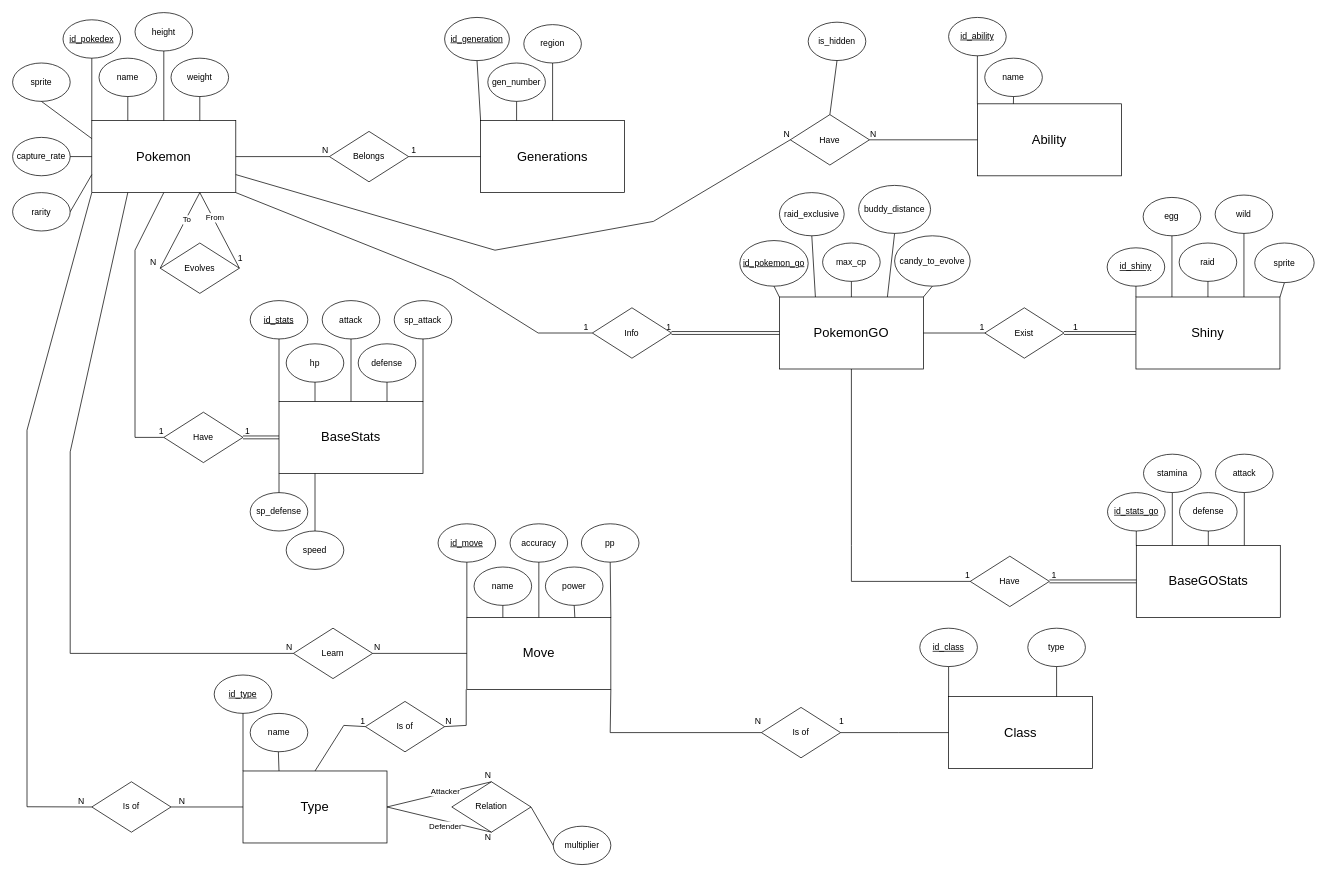
The draw.io diagram docs/Modelo-Entidade-Relacionamento.drawio in ArMiPi/Trabalho-Banco-de-Dados, before the edit. Source tidied: cells renumbered, new cells numbered last; positions are measured from the earlier drawing's top-left corner, leaving out a move shared by most shapes. Both pictures are drawn from the tidied source at 72%, with x=0, y=0 at pixel (12, 12).
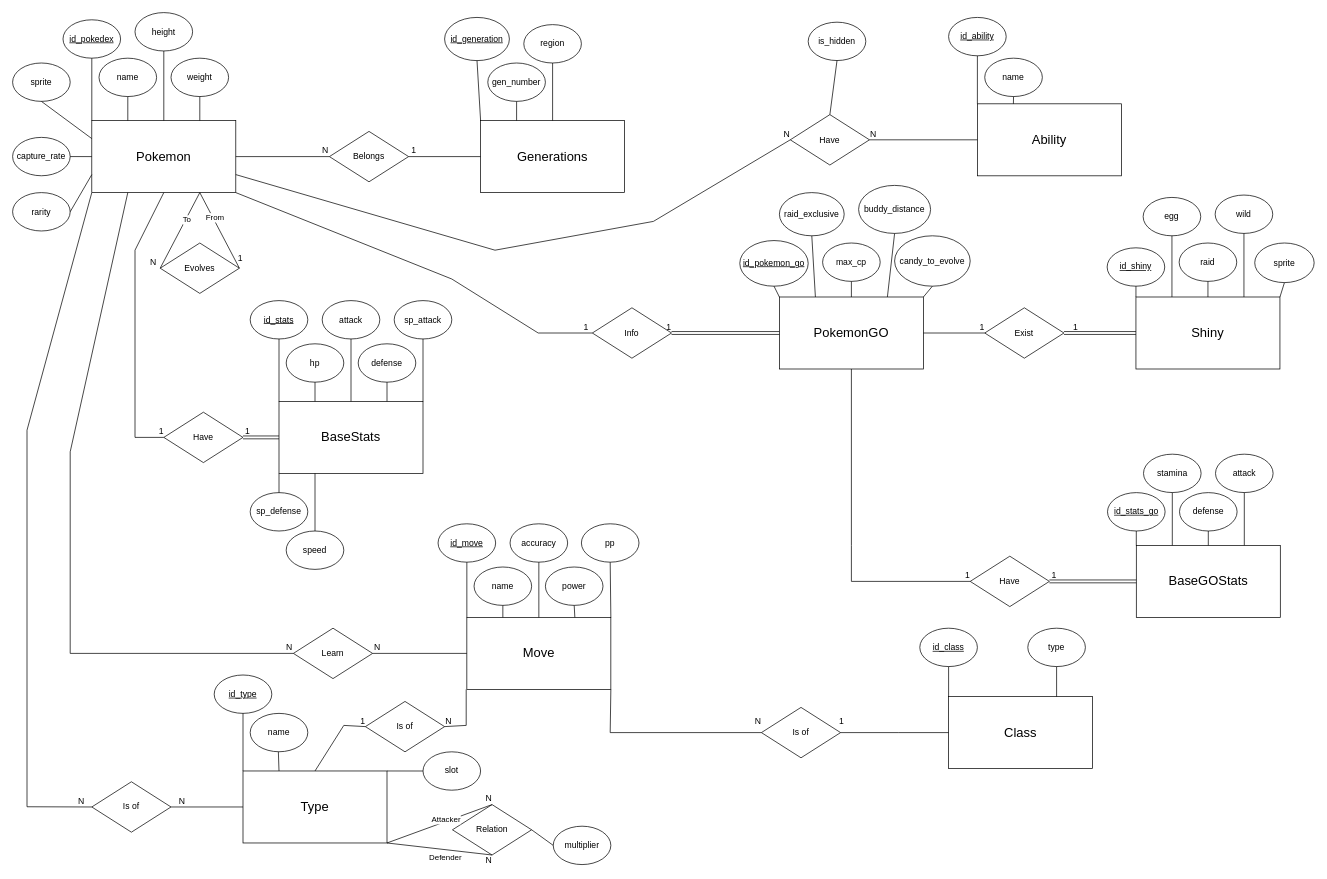
Above is the later version.

The change refers to these unchanged cells:
```xml
<mxCell id="42" value="&lt;span style=&quot;font-size: 18px;&quot;&gt;Type&lt;/span&gt;" style="rounded=0;whiteSpace=wrap;html=1;" parent="1" vertex="1">
  <mxGeometry x="320" y="1053.3" width="200" height="100" as="geometry" />
</mxCell>
```

Change to the diagram source:
```diff
@@
     <mxCell id="66" value="Relation" style="rhombus;whiteSpace=wrap;html=1;" parent="1" vertex="1">
-      <mxGeometry x="610" y="1068.3" width="110" height="70" as="geometry" />
+      <mxGeometry x="610.9" y="1100" width="110" height="70" as="geometry" />
     </mxCell>
@@
-    <mxCell id="97" style="endArrow=none;html=1;rounded=0;exitX=1;exitY=0.5;exitDx=0;exitDy=0;entryX=0.5;entryY=0;entryDx=0;entryDy=0;" parent="1" edge="1" source="42" target="66">
+    <mxCell id="97" style="endArrow=none;html=1;rounded=0;exitX=1;exitY=1;exitDx=0;exitDy=0;entryX=0.5;entryY=0;entryDx=0;entryDy=0;" parent="1" edge="1" source="42" target="66">
       <mxGeometry relative="1" as="geometry" />
     </mxCell>
@@
-    <mxCell id="100" style="endArrow=none;html=1;rounded=0;exitX=1;exitY=0.5;exitDx=0;exitDy=0;entryX=0.5;entryY=1;entryDx=0;entryDy=0;" parent="1" edge="1" source="42" target="66">
+    <mxCell id="100" style="endArrow=none;html=1;rounded=0;exitX=1;exitY=1;exitDx=0;exitDy=0;entryX=0.5;entryY=1;entryDx=0;entryDy=0;" parent="1" edge="1" source="42" target="66">
       <mxGeometry relative="1" as="geometry" />
     </mxCell>
@@
+    <mxCell id="164" value="&lt;font style=&quot;font-size: 12px;&quot;&gt;slot&lt;br&gt;&lt;/font&gt;" style="ellipse;whiteSpace=wrap;html=1;" parent="1" vertex="1">
+      <mxGeometry x="570" y="1026.7" width="80" height="53.3" as="geometry" />
+    </mxCell>
+    <mxCell id="165" style="endArrow=none;html=1;fontSize=11;entryX=0;entryY=0.5;entryDx=0;entryDy=0;exitX=1;exitY=0;exitDx=0;exitDy=0;" parent="1" edge="1" source="42" target="164">
+      <mxGeometry relative="1" as="geometry" />
+    </mxCell>
```
